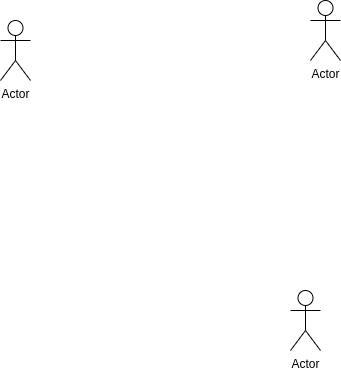
This is Untitled Diagram.png from intererting/draw_io_backend, a draw.io export, as it was before one commit. Source tidied: cells renumbered, new cells last; positions are measured from the earlier drawing's top-left corner, leaving out a move shared by most shapes.
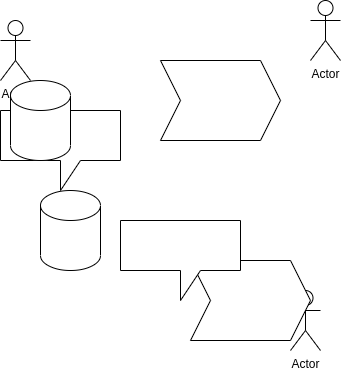
Above is the later version.

Change to the diagram source:
```diff
@@ -11,5 +11,23 @@
     <mxCell id="4" value="Actor" style="shape=umlActor;verticalLabelPosition=bottom;verticalAlign=top;html=1;" parent="1" vertex="1">
       <mxGeometry x="290" y="290" width="30" height="60" as="geometry" />
     </mxCell>
+    <mxCell id="5" style="shape=step;perimeter=stepPerimeter;whiteSpace=wrap;html=1;fixedSize=1;" parent="1" vertex="1">
+      <mxGeometry x="190" y="260" width="120" height="80" as="geometry" />
+    </mxCell>
+    <mxCell id="6" style="shape=callout;whiteSpace=wrap;html=1;perimeter=calloutPerimeter;" parent="1" vertex="1">
+      <mxGeometry x="120" y="220" width="120" height="80" as="geometry" />
+    </mxCell>
+    <mxCell id="7" style="shape=step;perimeter=stepPerimeter;whiteSpace=wrap;html=1;fixedSize=1;" parent="1" vertex="1">
+      <mxGeometry x="160" y="60" width="120" height="80" as="geometry" />
+    </mxCell>
+    <mxCell id="8" style="shape=cylinder3;whiteSpace=wrap;html=1;boundedLbl=1;backgroundOutline=1;size=15;" parent="1" vertex="1">
+      <mxGeometry x="40" y="190" width="60" height="80" as="geometry" />
+    </mxCell>
+    <mxCell id="9" style="shape=callout;whiteSpace=wrap;html=1;perimeter=calloutPerimeter;" parent="1" vertex="1">
+      <mxGeometry y="110" width="120" height="80" as="geometry" />
+    </mxCell>
+    <mxCell id="10" style="shape=cylinder3;whiteSpace=wrap;html=1;boundedLbl=1;backgroundOutline=1;size=15;" parent="1" vertex="1">
+      <mxGeometry x="10" y="80" width="60" height="80" as="geometry" />
+    </mxCell>
   </root>
 </mxGraphModel>
```
